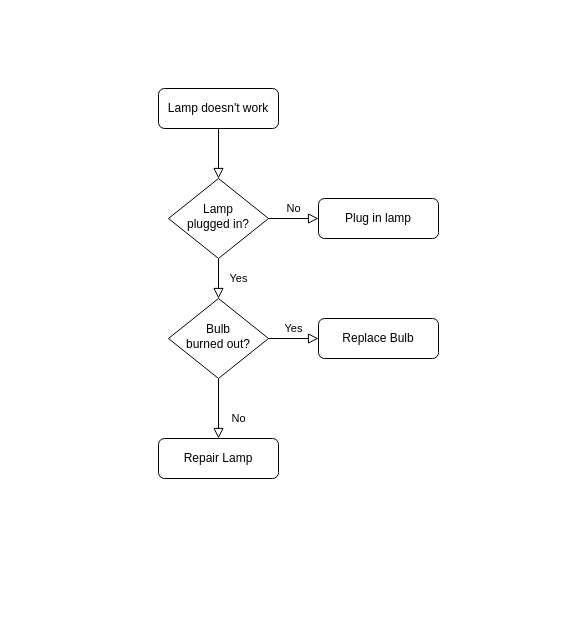
The draw.io diagram Untitled Diagram.drawio in Cash1595/rajah_IT311-Project-Repo, before the edit. Source tidied: cells renumbered, new cells numbered last; positions are measured from the earlier drawing's top-left corner, leaving out a move shared by most shapes. Both pictures are drawn from the tidied source at 100%, with x=0, y=0 at pixel (158, 88).
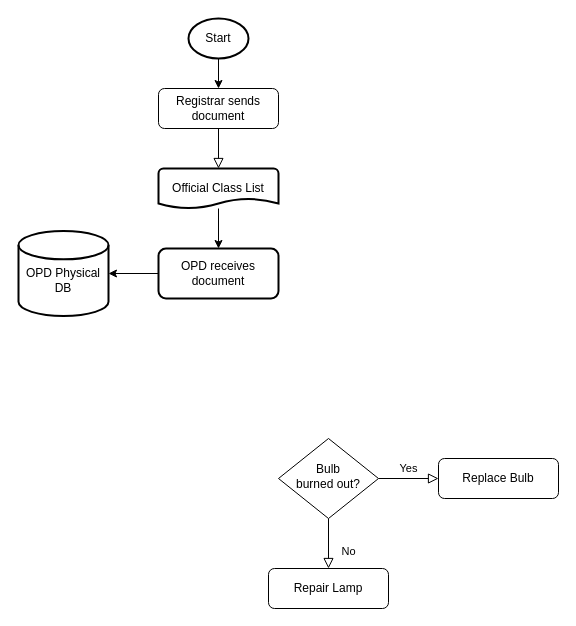
After the change.

Change to the diagram source:
```diff
@@
 <mxGraphModel>
   <root>
     <mxCell id="0" />
     <mxCell id="1" parent="0" />
-    <mxCell id="2" style="rounded=0;html=1;jettySize=auto;fontSize=11;endArrow=block;endFill=0;endSize=8;strokeWidth=1;shadow=0;labelBackgroundColor=none;edgeStyle=orthogonalEdgeStyle;" parent="1" edge="1" source="3" target="6">
+    <mxCell id="2" style="rounded=0;html=1;jettySize=auto;fontSize=11;endArrow=block;endFill=0;endSize=8;strokeWidth=1;shadow=0;labelBackgroundColor=none;edgeStyle=orthogonalEdgeStyle;entryX=0.5;entryY=0;entryDx=0;entryDy=0;entryPerimeter=0;" parent="1" edge="1" source="3" target="16">
       <mxGeometry relative="1" as="geometry" />
     </mxCell>
-    <mxCell id="3" value="Lamp doesn't work" style="rounded=1;whiteSpace=wrap;html=1;fontSize=12;glass=0;strokeWidth=1;shadow=0;" parent="1" vertex="1">
+    <mxCell id="3" value="Registrar sends document" style="rounded=1;whiteSpace=wrap;html=1;fontSize=12;glass=0;strokeWidth=1;shadow=0;" parent="1" vertex="1">
       <mxGeometry width="120" height="40" as="geometry" />
     </mxCell>
-    <mxCell id="4" value="Yes" style="rounded=0;html=1;jettySize=auto;fontSize=11;endArrow=block;endFill=0;endSize=8;strokeWidth=1;shadow=0;labelBackgroundColor=none;edgeStyle=orthogonalEdgeStyle;" parent="1" edge="1" source="6" target="10">
-      <mxGeometry y="20" relative="1" as="geometry" />
-    </mxCell>
-    <mxCell id="5" value="No" style="edgeStyle=orthogonalEdgeStyle;rounded=0;html=1;jettySize=auto;fontSize=11;endArrow=block;endFill=0;endSize=8;strokeWidth=1;shadow=0;labelBackgroundColor=none;" parent="1" edge="1" source="6" target="7">
-      <mxGeometry y="10" relative="1" as="geometry" />
-    </mxCell>
-    <mxCell id="6" value="Lamp&lt;br&gt;plugged in?" style="rhombus;whiteSpace=wrap;html=1;shadow=0;fontFamily=Helvetica;fontSize=12;align=center;strokeWidth=1;spacing=6;spacingTop=-4;" parent="1" vertex="1">
-      <mxGeometry x="10" y="90" width="100" height="80" as="geometry" />
-    </mxCell>
-    <mxCell id="7" value="Plug in lamp" style="rounded=1;whiteSpace=wrap;html=1;fontSize=12;glass=0;strokeWidth=1;shadow=0;" parent="1" vertex="1">
-      <mxGeometry x="160" y="110" width="120" height="40" as="geometry" />
-    </mxCell>
     <mxCell id="8" value="No" style="rounded=0;html=1;jettySize=auto;fontSize=11;endArrow=block;endFill=0;endSize=8;strokeWidth=1;shadow=0;labelBackgroundColor=none;edgeStyle=orthogonalEdgeStyle;" parent="1" edge="1" source="10" target="11">
       <mxGeometry x="0.33" y="20" relative="1" as="geometry" />
     </mxCell>
     <mxCell id="9" value="Yes" style="edgeStyle=orthogonalEdgeStyle;rounded=0;html=1;jettySize=auto;fontSize=11;endArrow=block;endFill=0;endSize=8;strokeWidth=1;shadow=0;labelBackgroundColor=none;" parent="1" edge="1" source="10" target="12">
       <mxGeometry y="10" relative="1" as="geometry" />
     </mxCell>
     <mxCell id="10" value="Bulb&lt;br&gt;burned out?" style="rhombus;whiteSpace=wrap;html=1;shadow=0;fontFamily=Helvetica;fontSize=12;align=center;strokeWidth=1;spacing=6;spacingTop=-4;" parent="1" vertex="1">
-      <mxGeometry x="10" y="210" width="100" height="80" as="geometry" />
+      <mxGeometry x="120" y="350" width="100" height="80" as="geometry" />
     </mxCell>
     <mxCell id="11" value="Repair Lamp" style="rounded=1;whiteSpace=wrap;html=1;fontSize=12;glass=0;strokeWidth=1;shadow=0;" parent="1" vertex="1">
-      <mxGeometry y="350" width="120" height="40" as="geometry" />
+      <mxGeometry x="110" y="480" width="120" height="40" as="geometry" />
     </mxCell>
     <mxCell id="12" value="Replace Bulb" style="rounded=1;whiteSpace=wrap;html=1;fontSize=12;glass=0;strokeWidth=1;shadow=0;" parent="1" vertex="1">
-      <mxGeometry x="160" y="230" width="120" height="40" as="geometry" />
+      <mxGeometry x="280" y="370" width="120" height="40" as="geometry" />
     </mxCell>
+    <mxCell id="13" style="edgeStyle=orthogonalEdgeStyle;rounded=0;jettySize=auto;html=1;" parent="1" edge="1" source="14" target="3">
+      <mxGeometry relative="1" as="geometry" />
+    </mxCell>
+    <mxCell id="14" value="Start" style="strokeWidth=2;html=1;shape=mxgraph.flowchart.start_1;whiteSpace=wrap;" parent="1" vertex="1">
+      <mxGeometry x="30" y="-70" width="60" height="40" as="geometry" />
+    </mxCell>
+    <mxCell id="15" style="edgeStyle=orthogonalEdgeStyle;rounded=0;jettySize=auto;html=1;" parent="1" edge="1" source="16" target="17">
+      <mxGeometry relative="1" as="geometry" />
+    </mxCell>
+    <mxCell id="16" value="Official Class List" style="strokeWidth=2;html=1;shape=mxgraph.flowchart.document2;whiteSpace=wrap;size=0.25;" parent="1" vertex="1">
+      <mxGeometry y="80" width="120" height="40" as="geometry" />
+    </mxCell>
+    <mxCell id="17" value="OPD receives document" style="rounded=1;whiteSpace=wrap;html=1;strokeWidth=2;" parent="1" vertex="1">
+      <mxGeometry y="160" width="120" height="50" as="geometry" />
+    </mxCell>
+    <mxCell id="18" value="&lt;div&gt;&lt;br&gt;&lt;/div&gt;OPD Physical DB" style="strokeWidth=2;html=1;shape=mxgraph.flowchart.database;whiteSpace=wrap;" parent="1" vertex="1">
+      <mxGeometry x="-140" y="142.5" width="90" height="85" as="geometry" />
+    </mxCell>
+    <mxCell id="19" style="edgeStyle=orthogonalEdgeStyle;rounded=0;jettySize=auto;html=1;entryX=1;entryY=0.5;entryDx=0;entryDy=0;entryPerimeter=0;" parent="1" edge="1" source="17" target="18">
+      <mxGeometry relative="1" as="geometry" />
+    </mxCell>
   </root>
 </mxGraphModel>
```
